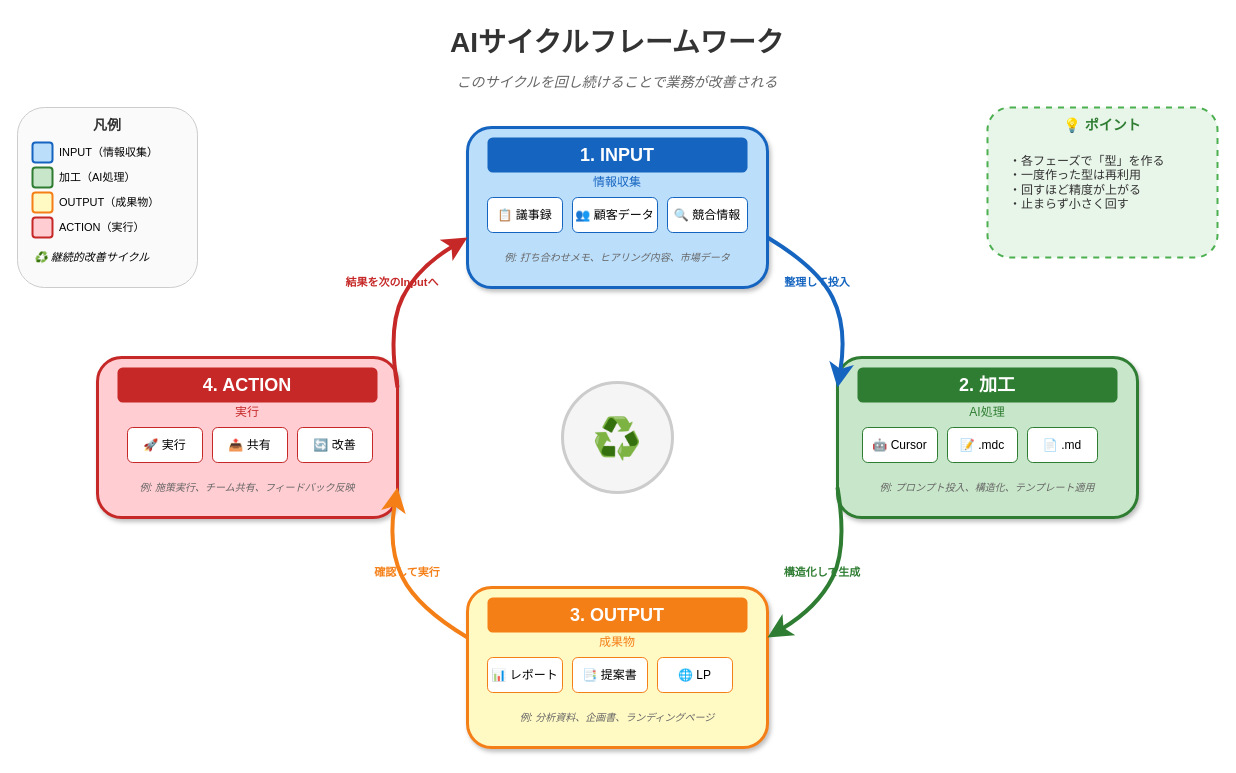
sento-group/AIgassyuku keeps this draw.io diagram as AI合宿v2/AIサイクルフロー.drawio. Above is the earlier version. Source tidied: cells renumbered, new cells numbered last; positions are measured from the earlier drawing's top-left corner, leaving out a move shared by most shapes. Both pictures are drawn from the tidied source at 100%, with x=0, y=0 at pixel (17, 17).
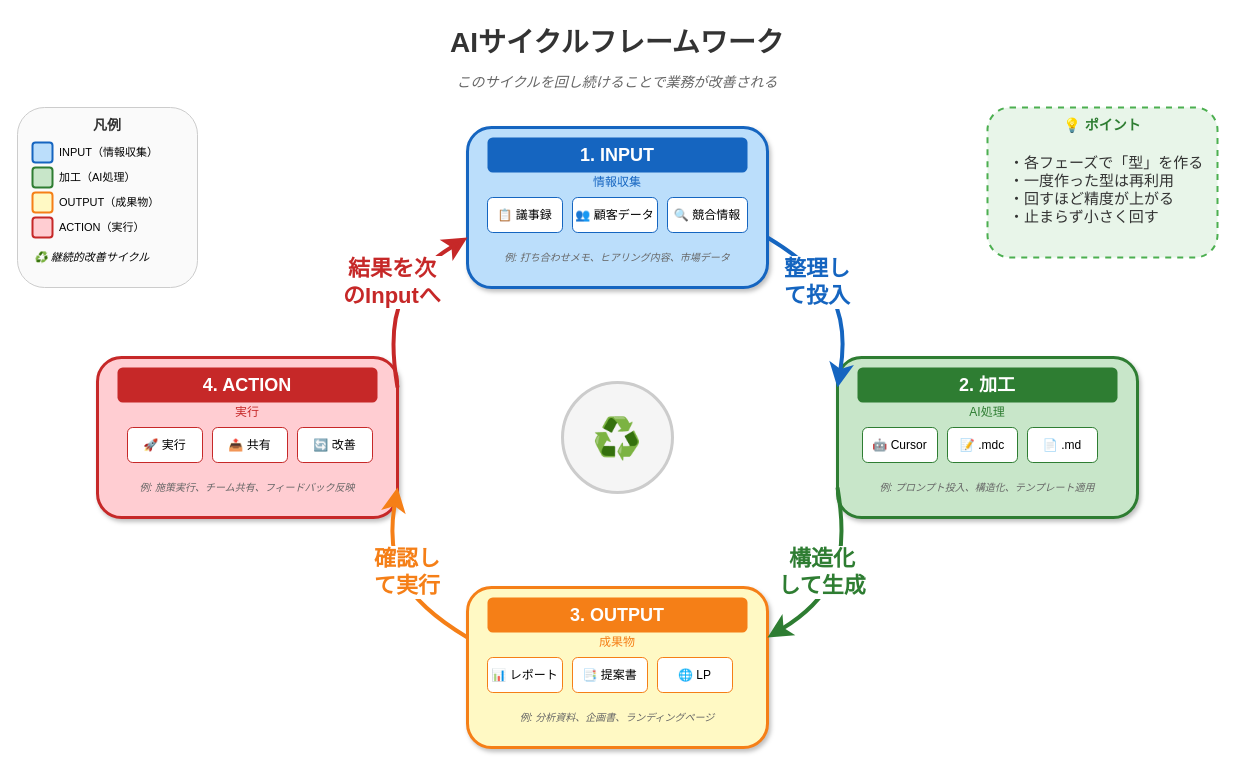
Above is the later version.

Commit message (it also covers changes not shown here):
🤖 自動コミット: GitHub-Cursor関係図追加、Readme・drawio・lp.htmlの変更

Change to the diagram source:
```diff
@@
-    <mxCell id="35" value="整理して投入" style="text;html=1;strokeColor=none;fillColor=none;align=center;verticalAlign=middle;whiteSpace=wrap;rounded=0;fontSize=11;fontColor=#1565C0;fontStyle=1;" parent="1" vertex="1">
+    <mxCell id="35" value="整理して投入" style="text;html=1;strokeColor=none;fillColor=none;align=center;verticalAlign=middle;whiteSpace=wrap;rounded=0;fontSize=22;fontColor=#1565C0;fontStyle=1;labelBackgroundColor=default;" parent="1" vertex="1">
       <mxGeometry x="760" y="250" width="80" height="30" as="geometry" />
     </mxCell>
@@
-    <mxCell id="37" value="構造化して生成" style="text;html=1;strokeColor=none;fillColor=none;align=center;verticalAlign=middle;whiteSpace=wrap;rounded=0;fontSize=11;fontColor=#2E7D32;fontStyle=1;" parent="1" vertex="1">
+    <mxCell id="37" value="構造化して生成" style="text;html=1;strokeColor=none;fillColor=none;align=center;verticalAlign=middle;whiteSpace=wrap;rounded=0;fontSize=22;fontColor=#2E7D32;fontStyle=1;labelBackgroundColor=default;" parent="1" vertex="1">
       <mxGeometry x="760" y="540" width="90" height="30" as="geometry" />
     </mxCell>
@@
-    <mxCell id="39" value="確認して実行" style="text;html=1;strokeColor=none;fillColor=none;align=center;verticalAlign=middle;whiteSpace=wrap;rounded=0;fontSize=11;fontColor=#F57F17;fontStyle=1;" parent="1" vertex="1">
+    <mxCell id="39" value="確認して実行" style="text;html=1;strokeColor=none;fillColor=none;align=center;verticalAlign=middle;whiteSpace=wrap;rounded=0;fontSize=22;fontColor=#F57F17;fontStyle=1;labelBackgroundColor=default;" parent="1" vertex="1">
       <mxGeometry x="350" y="540" width="80" height="30" as="geometry" />
     </mxCell>
@@
-    <mxCell id="41" value="結果を次のInputへ" style="text;html=1;strokeColor=none;fillColor=none;align=center;verticalAlign=middle;whiteSpace=wrap;rounded=0;fontSize=11;fontColor=#C62828;fontStyle=1;" parent="1" vertex="1">
+    <mxCell id="41" value="結果を次のInputへ" style="text;html=1;strokeColor=none;fillColor=none;align=center;verticalAlign=middle;whiteSpace=wrap;rounded=0;fontSize=22;fontColor=#C62828;fontStyle=1;labelBackgroundColor=default;" parent="1" vertex="1">
       <mxGeometry x="320" y="250" width="110" height="30" as="geometry" />
     </mxCell>
@@
-    <mxCell id="55" value="・各フェーズで「型」を作る&lt;br&gt;・一度作った型は再利用&lt;br&gt;・回すほど精度が上がる&lt;br&gt;・止まらず小さく回す" style="text;html=1;strokeColor=none;fillColor=none;align=left;verticalAlign=top;whiteSpace=wrap;rounded=0;fontSize=12;fontColor=#333333;spacingLeft=10;spacingTop=5;" parent="1" vertex="1">
+    <mxCell id="55" value="・各フェーズで「型」を作る&lt;br style=&quot;font-size: 15px;&quot;&gt;・一度作った型は再利用&lt;br style=&quot;font-size: 15px;&quot;&gt;・回すほど精度が上がる&lt;br style=&quot;font-size: 15px;&quot;&gt;・止まらず小さく回す" style="text;html=1;strokeColor=none;fillColor=none;align=left;verticalAlign=top;whiteSpace=wrap;rounded=0;fontSize=15;fontColor=#333333;spacingLeft=10;spacingTop=5;" parent="1" vertex="1">
       <mxGeometry x="980" y="125" width="210" height="100" as="geometry" />
     </mxCell>
```
